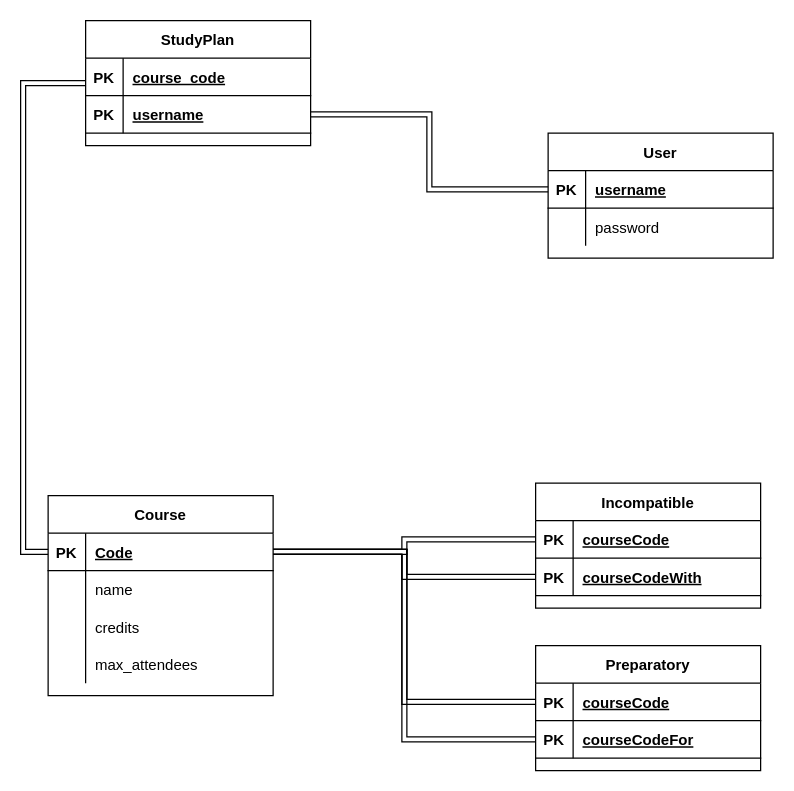
Above: server/src/data/Diagramma_Logico.drawio in aka-somix/exam-study-plan (draw.io), before the change. Source tidied: cells renumbered, new cells numbered last; positions are measured from the earlier drawing's top-left corner, leaving out a move shared by most shapes. Both pictures are drawn from the tidied source at 125%, with x=0, y=0 at pixel (48, 20).
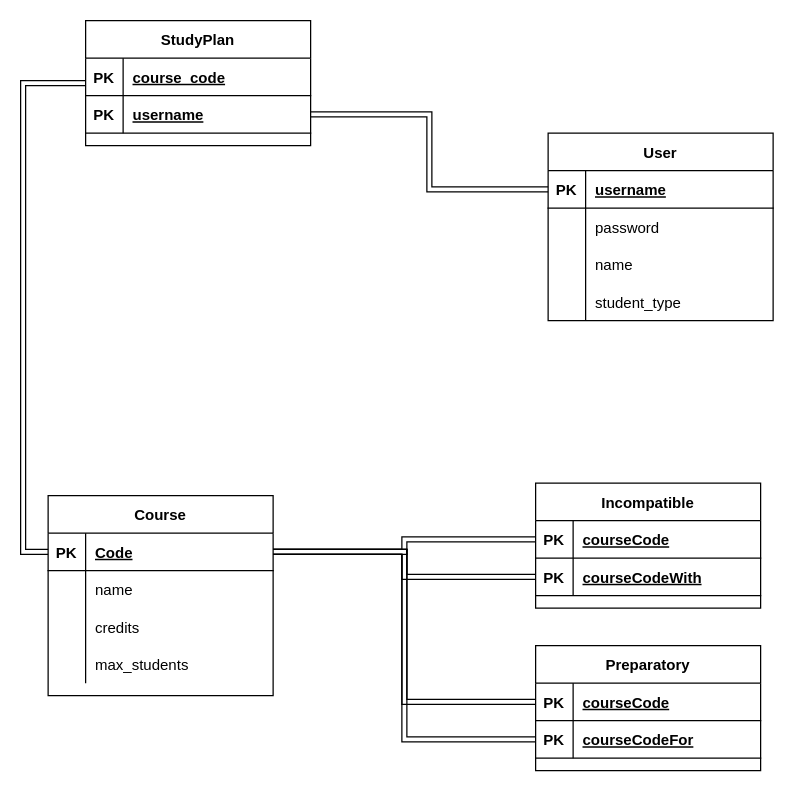
The same diagram, later.

The change refers to these unchanged cells:
```xml
<mxCell id="13" style="shape=tableRow;horizontal=0;startSize=0;swimlaneHead=0;swimlaneBody=0;fillColor=none;top=0;left=0;right=0;bottom=0;" parent="3" vertex="1">
  <mxGeometry y="120" width="180" height="30" as="geometry" />
</mxCell>
```

Diff of the diagram source:
```diff
@@
-    <mxCell id="15" value="max_attendees" style="shape=partialRectangle;fillColor=none;top=0;left=0;bottom=0;right=0;align=left;spacingLeft=6;overflow=hidden;" parent="13" vertex="1">
+    <mxCell id="15" value="max_students" style="shape=partialRectangle;fillColor=none;top=0;left=0;bottom=0;right=0;align=left;spacingLeft=6;overflow=hidden;" parent="13" vertex="1">
       <mxGeometry x="30" width="150" height="30" as="geometry" />
     </mxCell>
     <mxCell id="16" value="User" style="shape=table;startSize=30;childLayout=tableLayout;rowLines=0;fontStyle=1;align=center;" parent="1" vertex="1">
-      <mxGeometry x="400" y="90" width="180" height="100" as="geometry" />
+      <mxGeometry x="400" y="90" width="180" height="150" as="geometry" />
     </mxCell>
@@
+    <mxCell id="49" style="shape=tableRow;horizontal=0;startSize=0;swimlaneHead=0;swimlaneBody=0;fillColor=none;top=0;left=0;right=0;bottom=0;" parent="16" vertex="1">
+      <mxGeometry y="90" width="180" height="30" as="geometry" />
+    </mxCell>
+    <mxCell id="50" style="shape=partialRectangle;fillColor=none;top=0;left=0;bottom=0;right=0;overflow=hidden;" parent="49" vertex="1">
+      <mxGeometry width="30" height="30" as="geometry" />
+    </mxCell>
+    <mxCell id="51" value="name" style="shape=partialRectangle;fillColor=none;top=0;left=0;bottom=0;right=0;align=left;spacingLeft=6;overflow=hidden;" parent="49" vertex="1">
+      <mxGeometry x="30" width="150" height="30" as="geometry" />
+    </mxCell>
+    <mxCell id="52" style="shape=tableRow;horizontal=0;startSize=0;swimlaneHead=0;swimlaneBody=0;fillColor=none;top=0;left=0;right=0;bottom=0;" parent="16" vertex="1">
+      <mxGeometry y="120" width="180" height="30" as="geometry" />
+    </mxCell>
+    <mxCell id="53" style="shape=partialRectangle;fillColor=none;top=0;left=0;bottom=0;right=0;overflow=hidden;" parent="52" vertex="1">
+      <mxGeometry width="30" height="30" as="geometry" />
+    </mxCell>
+    <mxCell id="54" value="student_type" style="shape=partialRectangle;fillColor=none;top=0;left=0;bottom=0;right=0;align=left;spacingLeft=6;overflow=hidden;" parent="52" vertex="1">
+      <mxGeometry x="30" width="150" height="30" as="geometry" />
+    </mxCell>
```
